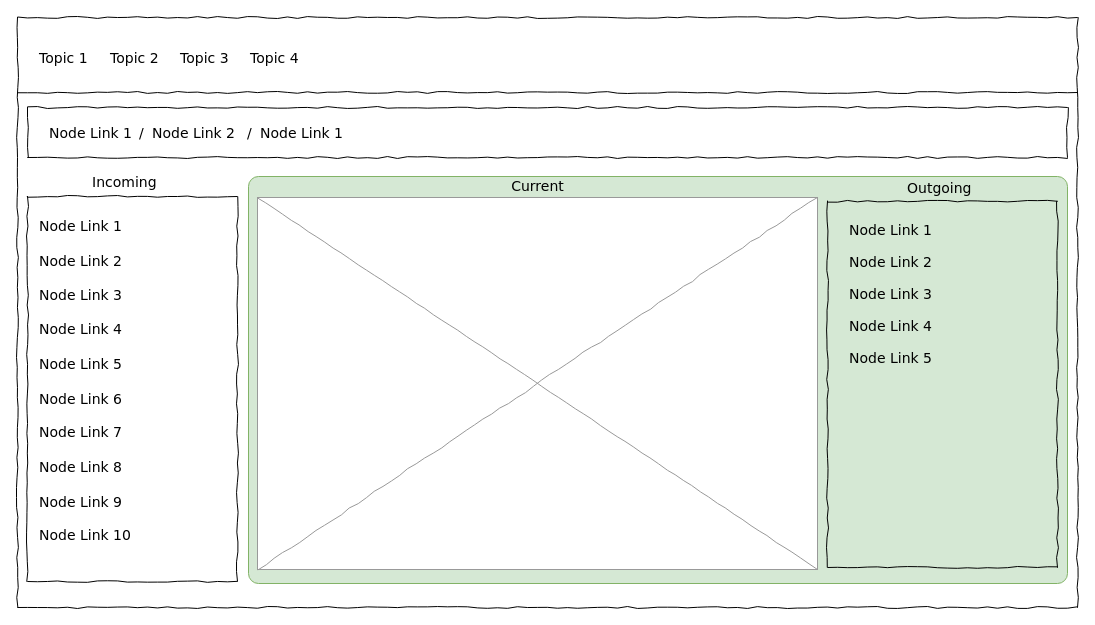
Before: packages/app/dag-browser/doc/diagrams/wireframe-full.drawio in AlexanderLapygin/dags, a draw.io diagram. Source tidied: cells renumbered, new cells numbered last; positions are measured from the earlier drawing's top-left corner, leaving out a move shared by most shapes. Both pictures are drawn from the tidied source at 100%, with x=0, y=0 at pixel (17, 17).
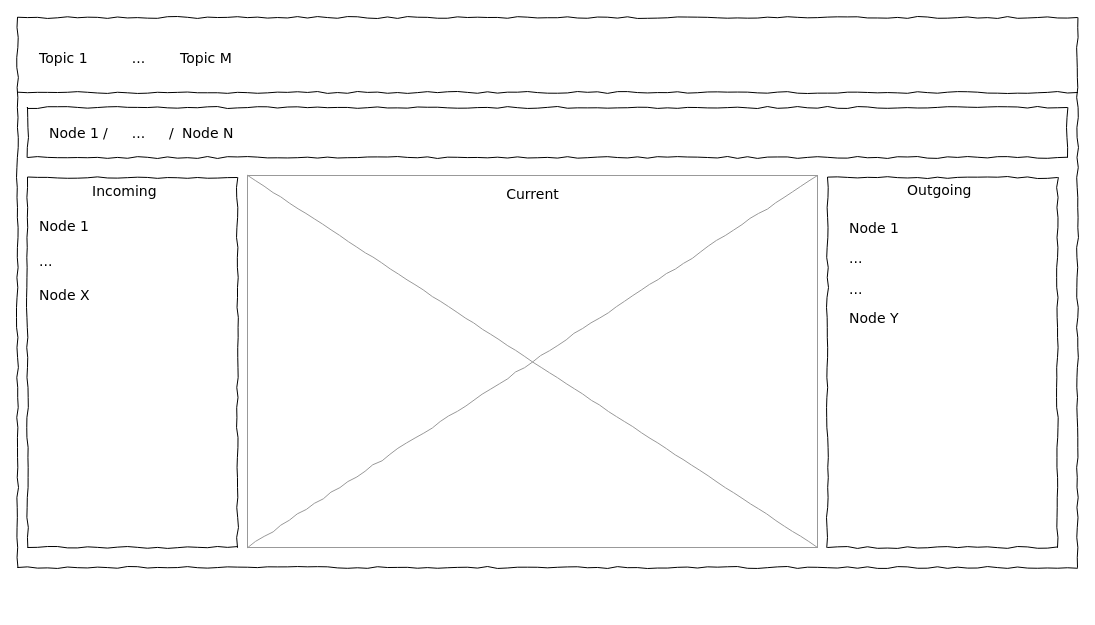
The same page after the edit.

Diff of the diagram source:
```diff
@@
     <mxCell id="2" style="whiteSpace=wrap;html=1;rounded=0;shadow=0;labelBackgroundColor=none;strokeColor=#000000;strokeWidth=1;fillColor=none;fontFamily=Verdana;fontSize=12;fontColor=#000000;align=center;comic=1;" parent="1" vertex="1">
-      <mxGeometry width="1060" height="590" as="geometry" />
+      <mxGeometry width="1060" height="550" as="geometry" />
     </mxCell>
@@
-    <mxCell id="4" value="Topic 2" style="text;html=1;align=left;verticalAlign=top;spacingTop=-4;fontSize=14;fontFamily=Verdana;" parent="1" vertex="1">
+    <mxCell id="4" value="..." style="text;html=1;align=center;verticalAlign=top;spacingTop=-4;fontSize=14;fontFamily=Verdana;" parent="1" vertex="1">
       <mxGeometry x="91" y="30" width="60" height="20" as="geometry" />
     </mxCell>
-    <mxCell id="5" value="Topic 3" style="text;html=1;align=left;verticalAlign=top;spacingTop=-4;fontSize=14;fontFamily=Verdana;" parent="1" vertex="1">
+    <mxCell id="5" value="Topic M" style="text;html=1;align=left;verticalAlign=top;spacingTop=-4;fontSize=14;fontFamily=Verdana;" parent="1" vertex="1">
       <mxGeometry x="161" y="30" width="60" height="20" as="geometry" />
     </mxCell>
-    <mxCell id="6" value="Topic 4" style="text;html=1;align=left;verticalAlign=top;spacingTop=-4;fontSize=14;fontFamily=Verdana;" parent="1" vertex="1">
-      <mxGeometry x="231" y="30" width="60" height="20" as="geometry" />
-    </mxCell>
@@
-    <mxCell id="9" value="Node Link 1" style="text;html=1;align=left;verticalAlign=top;spacingTop=-4;fontSize=14;fontFamily=Verdana;" parent="1" vertex="1">
-      <mxGeometry x="30" y="105" width="95" height="20" as="geometry" />
+    <mxCell id="9" value="Node 1" style="text;html=1;align=left;verticalAlign=top;spacingTop=-4;fontSize=14;fontFamily=Verdana;" parent="1" vertex="1">
+      <mxGeometry x="30" y="105" width="50" height="20" as="geometry" />
     </mxCell>
-    <mxCell id="10" value="Node Link 2" style="text;html=1;align=left;verticalAlign=top;spacingTop=-4;fontSize=14;fontFamily=Verdana;" parent="1" vertex="1">
-      <mxGeometry x="133" y="105" width="95" height="20" as="geometry" />
-    </mxCell>
     <mxCell id="11" value="/" style="text;html=1;align=left;verticalAlign=top;spacingTop=-4;fontSize=14;fontFamily=Verdana;" parent="1" vertex="1">
-      <mxGeometry x="120" y="105" width="15" height="20" as="geometry" />
+      <mxGeometry x="84" y="105" width="15" height="20" as="geometry" />
     </mxCell>
-    <mxCell id="12" value="Node Link 1" style="text;html=1;align=left;verticalAlign=top;spacingTop=-4;fontSize=14;fontFamily=Verdana;" parent="1" vertex="1">
-      <mxGeometry x="241" y="105" width="95" height="20" as="geometry" />
-    </mxCell>
-    <mxCell id="13" value="/" style="text;html=1;align=left;verticalAlign=top;spacingTop=-4;fontSize=14;fontFamily=Verdana;" parent="1" vertex="1">
-      <mxGeometry x="228" y="105" width="15" height="20" as="geometry" />
-    </mxCell>
-    <mxCell id="14" style="group;" parent="1" vertex="1">
-      <mxGeometry x="10" y="154" width="210" height="410" as="geometry" />
-    </mxCell>
-    <mxCell id="15" style="whiteSpace=wrap;html=1;rounded=0;shadow=0;labelBackgroundColor=none;strokeWidth=1;fillColor=none;fontFamily=Verdana;fontSize=12;align=center;comic=1;" parent="14" vertex="1">
-      <mxGeometry y="25" width="210" height="385" as="geometry" />
+    <mxCell id="15" style="whiteSpace=wrap;html=1;rounded=0;shadow=0;labelBackgroundColor=none;strokeWidth=1;fillColor=none;fontFamily=Verdana;fontSize=12;align=center;comic=1;" parent="1" vertex="1">
+      <mxGeometry x="10" y="160" width="210" height="370" as="geometry" />
     </mxCell>
-    <mxCell id="16" value="Node Link 1" style="text;html=1;align=left;verticalAlign=top;spacingTop=-4;fontSize=14;fontFamily=Verdana;" parent="14" vertex="1">
-      <mxGeometry x="10" y="44.3" width="170" height="19.2" as="geometry" />
+    <mxCell id="16" value="Node 1" style="text;html=1;align=left;verticalAlign=top;spacingTop=-4;fontSize=14;fontFamily=Verdana;" parent="1" vertex="1">
+      <mxGeometry x="20" y="198.3" width="170" height="19.2" as="geometry" />
     </mxCell>
-    <mxCell id="17" value="Node Link 2" style="text;html=1;align=left;verticalAlign=top;spacingTop=-4;fontSize=14;fontFamily=Verdana;" parent="14" vertex="1">
-      <mxGeometry x="10" y="78.9" width="170" height="19.2" as="geometry" />
+    <mxCell id="17" value="&lt;div style=&quot;text-align: center&quot;&gt;&lt;span&gt;...&lt;/span&gt;&lt;/div&gt;" style="text;html=1;align=left;verticalAlign=top;spacingTop=-4;fontSize=14;fontFamily=Verdana;" parent="1" vertex="1">
+      <mxGeometry x="20" y="232.9" width="170" height="19.2" as="geometry" />
     </mxCell>
-    <mxCell id="18" value="Node Link 3" style="text;html=1;align=left;verticalAlign=top;spacingTop=-4;fontSize=14;fontFamily=Verdana;" parent="14" vertex="1">
-      <mxGeometry x="10" y="112.6" width="170" height="19.2" as="geometry" />
+    <mxCell id="18" value="Node X" style="text;html=1;align=left;verticalAlign=top;spacingTop=-4;fontSize=14;fontFamily=Verdana;" parent="1" vertex="1">
+      <mxGeometry x="20" y="266.6" width="170" height="19.2" as="geometry" />
     </mxCell>
-    <mxCell id="19" value="Node Link 4" style="text;html=1;align=left;verticalAlign=top;spacingTop=-4;fontSize=14;fontFamily=Verdana;" parent="14" vertex="1">
-      <mxGeometry x="10" y="147.3" width="170" height="19.2" as="geometry" />
-    </mxCell>
-    <mxCell id="20" value="Node Link 7" style="text;html=1;align=left;verticalAlign=top;spacingTop=-4;fontSize=14;fontFamily=Verdana;" parent="14" vertex="1">
-      <mxGeometry x="10" y="250.2" width="170" height="19.2" as="geometry" />
-    </mxCell>
-    <mxCell id="21" value="Node Link 8" style="text;html=1;align=left;verticalAlign=top;spacingTop=-4;fontSize=14;fontFamily=Verdana;" parent="14" vertex="1">
-      <mxGeometry x="10" y="284.9" width="170" height="19.2" as="geometry" />
-    </mxCell>
-    <mxCell id="22" value="Node Link 9" style="text;html=1;align=left;verticalAlign=top;spacingTop=-4;fontSize=14;fontFamily=Verdana;" parent="14" vertex="1">
-      <mxGeometry x="10" y="319.5" width="170" height="19.2" as="geometry" />
-    </mxCell>
-    <mxCell id="23" value="Node Link 10" style="text;html=1;align=left;verticalAlign=top;spacingTop=-4;fontSize=14;fontFamily=Verdana;" parent="14" vertex="1">
-      <mxGeometry x="10" y="353.2" width="170" height="19.2" as="geometry" />
-    </mxCell>
-    <mxCell id="24" value="Node Link 5" style="text;html=1;align=left;verticalAlign=top;spacingTop=-4;fontSize=14;fontFamily=Verdana;" parent="14" vertex="1">
-      <mxGeometry x="10" y="181.9" width="170" height="19.2" as="geometry" />
-    </mxCell>
-    <mxCell id="25" value="Node Link 6" style="text;html=1;align=left;verticalAlign=top;spacingTop=-4;fontSize=14;fontFamily=Verdana;" parent="14" vertex="1">
-      <mxGeometry x="10" y="216.5" width="170" height="19.2" as="geometry" />
-    </mxCell>
-    <mxCell id="26" value="Incoming" style="text;html=1;align=left;verticalAlign=top;spacingTop=-4;fontSize=14;fontFamily=Verdana;" parent="14" vertex="1">
-      <mxGeometry x="62.5" width="75" height="19.2" as="geometry" />
+    <mxCell id="26" value="Incoming" style="text;html=1;align=left;verticalAlign=top;spacingTop=-4;fontSize=14;fontFamily=Verdana;" parent="1" vertex="1">
+      <mxGeometry x="72.5" y="163" width="75" height="19.2" as="geometry" />
     </mxCell>
-    <mxCell id="27" style="group;" parent="1" vertex="1">
-      <mxGeometry x="231" y="149" width="819" height="417" as="geometry" />
-    </mxCell>
-    <mxCell id="28" style="shape=mxgraph.mockup.containers.marginRect;rectMarginTop=10;strokeColor=#82b366;strokeWidth=1;dashed=0;rounded=1;arcSize=5;fillColor=#d5e8d4;" parent="27" vertex="1">
-      <mxGeometry width="819" height="417" as="geometry" />
-    </mxCell>
-    <mxCell id="29" style="group;" parent="27" vertex="1">
-      <mxGeometry x="579" y="11" width="230" height="390" as="geometry" />
+    <mxCell id="29" style="group;" parent="1" vertex="1">
+      <mxGeometry x="810" y="160" width="230" height="370" as="geometry" />
     </mxCell>
     <mxCell id="30" style="whiteSpace=wrap;html=1;rounded=0;shadow=0;labelBackgroundColor=none;strokeWidth=1;fillColor=none;fontFamily=Verdana;fontSize=12;align=center;comic=1;" parent="29" vertex="1">
-      <mxGeometry y="23.8" width="230" height="366.2" as="geometry" />
+      <mxGeometry width="230" height="370" as="geometry" />
     </mxCell>
     <mxCell id="31" value="Outgoing" style="text;html=1;align=left;verticalAlign=top;spacingTop=-4;fontSize=14;fontFamily=Verdana;" parent="29" vertex="1">
-      <mxGeometry x="77.5" width="75" height="18.3" as="geometry" />
+      <mxGeometry x="77.5" y="1.9" width="75" height="17.4" as="geometry" />
     </mxCell>
-    <mxCell id="32" value="Node Link 1" style="text;html=1;align=left;verticalAlign=top;spacingTop=-4;fontSize=14;fontFamily=Verdana;" parent="29" vertex="1">
-      <mxGeometry x="20" y="42.1" width="170" height="18.3" as="geometry" />
+    <mxCell id="32" value="Node 1" style="text;html=1;align=left;verticalAlign=top;spacingTop=-4;fontSize=14;fontFamily=Verdana;" parent="29" vertex="1">
+      <mxGeometry x="20" y="40" width="170" height="17.4" as="geometry" />
     </mxCell>
-    <mxCell id="33" value="Node Link 2" style="text;html=1;align=left;verticalAlign=top;spacingTop=-4;fontSize=14;fontFamily=Verdana;" parent="29" vertex="1">
-      <mxGeometry x="20" y="74.2" width="170" height="18.3" as="geometry" />
+    <mxCell id="33" value="..." style="text;html=1;align=left;verticalAlign=top;spacingTop=-4;fontSize=14;fontFamily=Verdana;" parent="29" vertex="1">
+      <mxGeometry x="20" y="70.4" width="170" height="17.4" as="geometry" />
     </mxCell>
-    <mxCell id="34" value="Node Link 3&lt;br&gt;" style="text;html=1;align=left;verticalAlign=top;spacingTop=-4;fontSize=14;fontFamily=Verdana;" parent="29" vertex="1">
-      <mxGeometry x="20" y="106.2" width="170" height="18.3" as="geometry" />
+    <mxCell id="34" value="..." style="text;html=1;align=left;verticalAlign=top;spacingTop=-4;fontSize=14;fontFamily=Verdana;" parent="29" vertex="1">
+      <mxGeometry x="20" y="100.8" width="170" height="17.4" as="geometry" />
     </mxCell>
-    <mxCell id="35" value="Node Link 4" style="text;html=1;align=left;verticalAlign=top;spacingTop=-4;fontSize=14;fontFamily=Verdana;" parent="29" vertex="1">
-      <mxGeometry x="20" y="138.2" width="170" height="18.3" as="geometry" />
-    </mxCell>
-    <mxCell id="36" value="Node Link 5" style="text;html=1;align=left;verticalAlign=top;spacingTop=-4;fontSize=14;fontFamily=Verdana;" parent="29" vertex="1">
-      <mxGeometry x="20" y="170.3" width="170" height="18.3" as="geometry" />
-    </mxCell>
+    <mxCell id="40" value="Node Y" style="text;html=1;align=left;verticalAlign=top;spacingTop=-4;fontSize=14;fontFamily=Verdana;" parent="29" vertex="1">
+      <mxGeometry x="20" y="130" width="170" height="17.4" as="geometry" />
+    </mxCell>
-    <mxCell id="37" style="group;" parent="27" vertex="1">
-      <mxGeometry x="9" y="9" width="560" height="394" as="geometry" />
+    <mxCell id="37" style="group;" parent="1" vertex="1">
+      <mxGeometry x="230" y="158" width="570" height="372" as="geometry" />
     </mxCell>
     <mxCell id="38" style="verticalLabelPosition=bottom;shadow=0;dashed=0;align=center;html=1;verticalAlign=top;strokeWidth=1;shape=mxgraph.mockup.graphics.simpleIcon;strokeColor=#999999;rounded=0;labelBackgroundColor=none;fontFamily=Verdana;fontSize=14;fontColor=#000000;comic=1;" parent="37" vertex="1">
-      <mxGeometry y="22" width="560" height="372" as="geometry" />
+      <mxGeometry width="570" height="372" as="geometry" />
     </mxCell>
     <mxCell id="39" value="Current&lt;br&gt;" style="text;html=1;align=center;verticalAlign=top;spacingTop=-4;fontSize=14;fontFamily=Verdana;" parent="37" vertex="1">
-      <mxGeometry x="242.5" width="75" height="19.2" as="geometry" />
+      <mxGeometry x="246.8" y="7.7" width="76.3" height="18.2" as="geometry" />
     </mxCell>
+    <mxCell id="41" value="..." style="text;html=1;align=center;verticalAlign=top;spacingTop=-4;fontSize=14;fontFamily=Verdana;" parent="1" vertex="1">
+      <mxGeometry x="96" y="105" width="50" height="20" as="geometry" />
+    </mxCell>
+    <mxCell id="13" value="/" style="text;html=1;align=left;verticalAlign=top;spacingTop=-4;fontSize=14;fontFamily=Verdana;" parent="1" vertex="1">
+      <mxGeometry x="150" y="105" width="15" height="20" as="geometry" />
+    </mxCell>
+    <mxCell id="42" value="Node N" style="text;html=1;align=left;verticalAlign=top;spacingTop=-4;fontSize=14;fontFamily=Verdana;" parent="1" vertex="1">
+      <mxGeometry x="163" y="105" width="50" height="20" as="geometry" />
+    </mxCell>
```
